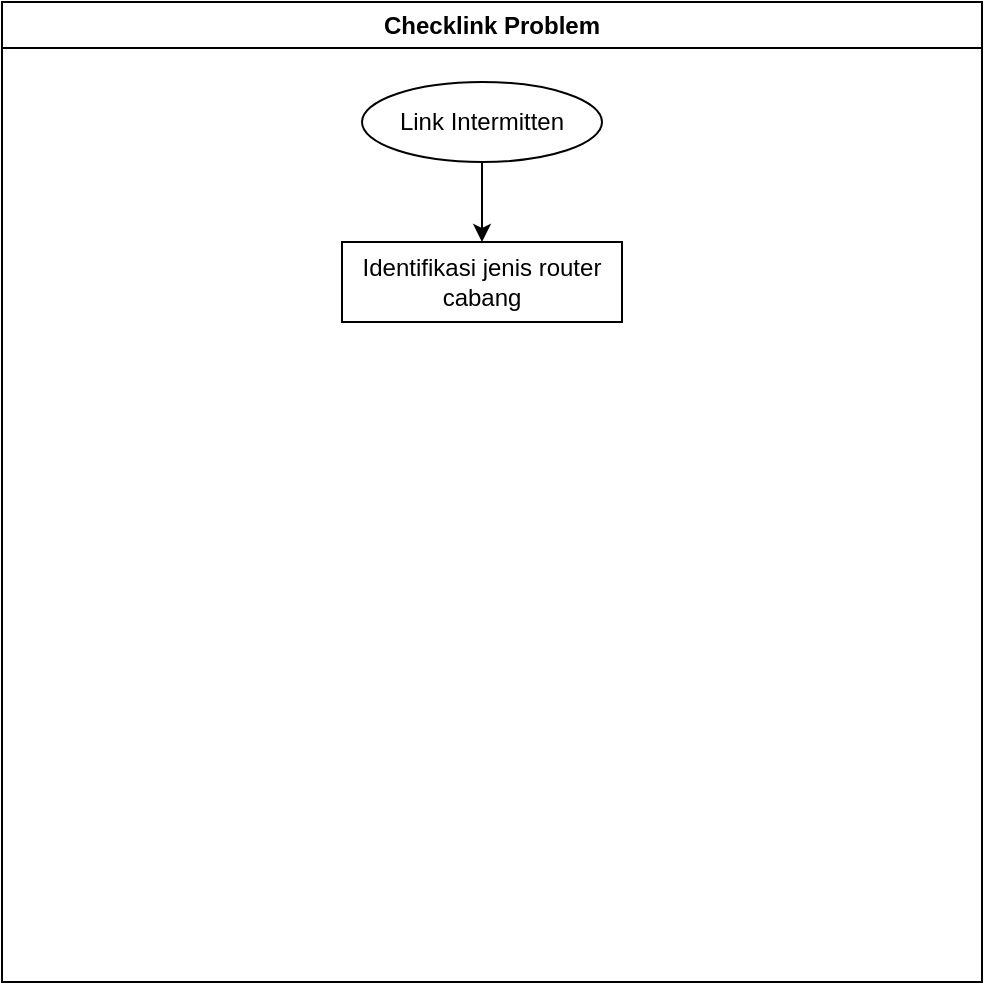
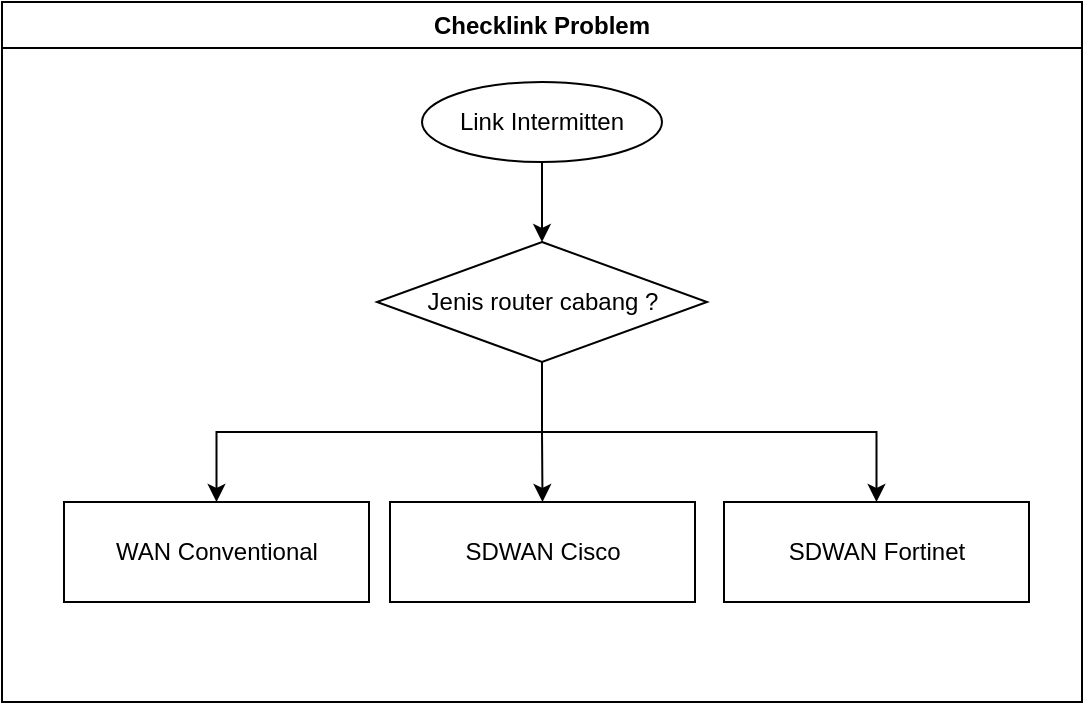
<mxfile host="app.diagrams.net">
  <diagram name="Page-1" id="9vhfLtuUu_MpJ2AiOVXD">
    <mxGraphModel dx="851" dy="504" grid="1" gridSize="10" guides="1" tooltips="1" connect="1" arrows="1" fold="1" page="1" pageScale="1" pageWidth="850" pageHeight="1100" math="0" shadow="0">
      <root>
        <mxCell id="0" />
        <mxCell id="1" parent="0" />
        <mxCell id="pEuGeytKHn6pjW4NDgE5-2" parent="1" style="swimlane;whiteSpace=wrap;html=1;" value="Checklink Problem" vertex="1">
-           <mxGeometry height="490" width="490" x="100" y="40" as="geometry" />
+           <mxGeometry height="350" width="540" x="90" y="40" as="geometry" />
        </mxCell>
-         <mxCell id="P1elN6ceBegf7L-zKAY9-5" edge="1" parent="pEuGeytKHn6pjW4NDgE5-2" source="P1elN6ceBegf7L-zKAY9-3" style="edgeStyle=orthogonalEdgeStyle;rounded=0;orthogonalLoop=1;jettySize=auto;html=1;" target="P1elN6ceBegf7L-zKAY9-4" value="">
+         <mxCell id="P1elN6ceBegf7L-zKAY9-7" edge="1" parent="pEuGeytKHn6pjW4NDgE5-2" source="P1elN6ceBegf7L-zKAY9-3" style="edgeStyle=orthogonalEdgeStyle;rounded=0;orthogonalLoop=1;jettySize=auto;html=1;exitX=0.5;exitY=1;exitDx=0;exitDy=0;entryX=0.5;entryY=0;entryDx=0;entryDy=0;" target="P1elN6ceBegf7L-zKAY9-6">
          <mxGeometry relative="1" as="geometry" />
        </mxCell>
        <mxCell id="P1elN6ceBegf7L-zKAY9-3" parent="pEuGeytKHn6pjW4NDgE5-2" style="ellipse;whiteSpace=wrap;html=1;" value="Link Intermitten" vertex="1">
-           <mxGeometry height="40" width="120" x="180" y="40" as="geometry" />
+           <mxGeometry height="40" width="120" x="210" y="40" as="geometry" />
        </mxCell>
-         <mxCell id="P1elN6ceBegf7L-zKAY9-4" parent="pEuGeytKHn6pjW4NDgE5-2" style="rounded=0;whiteSpace=wrap;html=1;" value="Identifikasi jenis router cabang" vertex="1">
-           <mxGeometry height="40" width="140" x="170" y="120" as="geometry" />
+         <mxCell id="P1elN6ceBegf7L-zKAY9-11" edge="1" parent="pEuGeytKHn6pjW4NDgE5-2" source="P1elN6ceBegf7L-zKAY9-6" style="edgeStyle=orthogonalEdgeStyle;rounded=0;orthogonalLoop=1;jettySize=auto;html=1;exitX=0.5;exitY=1;exitDx=0;exitDy=0;" target="P1elN6ceBegf7L-zKAY9-8">
+           <mxGeometry relative="1" as="geometry" />
+         </mxCell>
+         <mxCell id="P1elN6ceBegf7L-zKAY9-12" edge="1" parent="pEuGeytKHn6pjW4NDgE5-2" source="P1elN6ceBegf7L-zKAY9-6" style="edgeStyle=orthogonalEdgeStyle;rounded=0;orthogonalLoop=1;jettySize=auto;html=1;exitX=0.5;exitY=1;exitDx=0;exitDy=0;" target="P1elN6ceBegf7L-zKAY9-9">
+           <mxGeometry relative="1" as="geometry" />
+         </mxCell>
+         <mxCell id="P1elN6ceBegf7L-zKAY9-13" edge="1" parent="pEuGeytKHn6pjW4NDgE5-2" source="P1elN6ceBegf7L-zKAY9-6" style="edgeStyle=orthogonalEdgeStyle;rounded=0;orthogonalLoop=1;jettySize=auto;html=1;exitX=0.5;exitY=1;exitDx=0;exitDy=0;" target="P1elN6ceBegf7L-zKAY9-10">
+           <mxGeometry relative="1" as="geometry" />
+         </mxCell>
+         <mxCell id="P1elN6ceBegf7L-zKAY9-6" parent="pEuGeytKHn6pjW4NDgE5-2" style="rhombus;whiteSpace=wrap;html=1;" value="Jenis router cabang ?" vertex="1">
+           <mxGeometry height="60" width="165" x="187.5" y="120" as="geometry" />
+         </mxCell>
+         <mxCell id="P1elN6ceBegf7L-zKAY9-8" parent="pEuGeytKHn6pjW4NDgE5-2" style="rounded=0;whiteSpace=wrap;html=1;" value="WAN Conventional" vertex="1">
+           <mxGeometry height="50" width="152.5" x="31" y="250" as="geometry" />
+         </mxCell>
+         <mxCell id="P1elN6ceBegf7L-zKAY9-9" parent="pEuGeytKHn6pjW4NDgE5-2" style="rounded=0;whiteSpace=wrap;html=1;" value="SDWAN Cisco" vertex="1">
+           <mxGeometry height="50" width="152.5" x="194" y="250" as="geometry" />
+         </mxCell>
+         <mxCell id="P1elN6ceBegf7L-zKAY9-10" parent="pEuGeytKHn6pjW4NDgE5-2" style="rounded=0;whiteSpace=wrap;html=1;" value="SDWAN Fortinet" vertex="1">
+           <mxGeometry height="50" width="152.5" x="361" y="250" as="geometry" />
        </mxCell>
      </root>
    </mxGraphModel>
  </diagram>
</mxfile>
